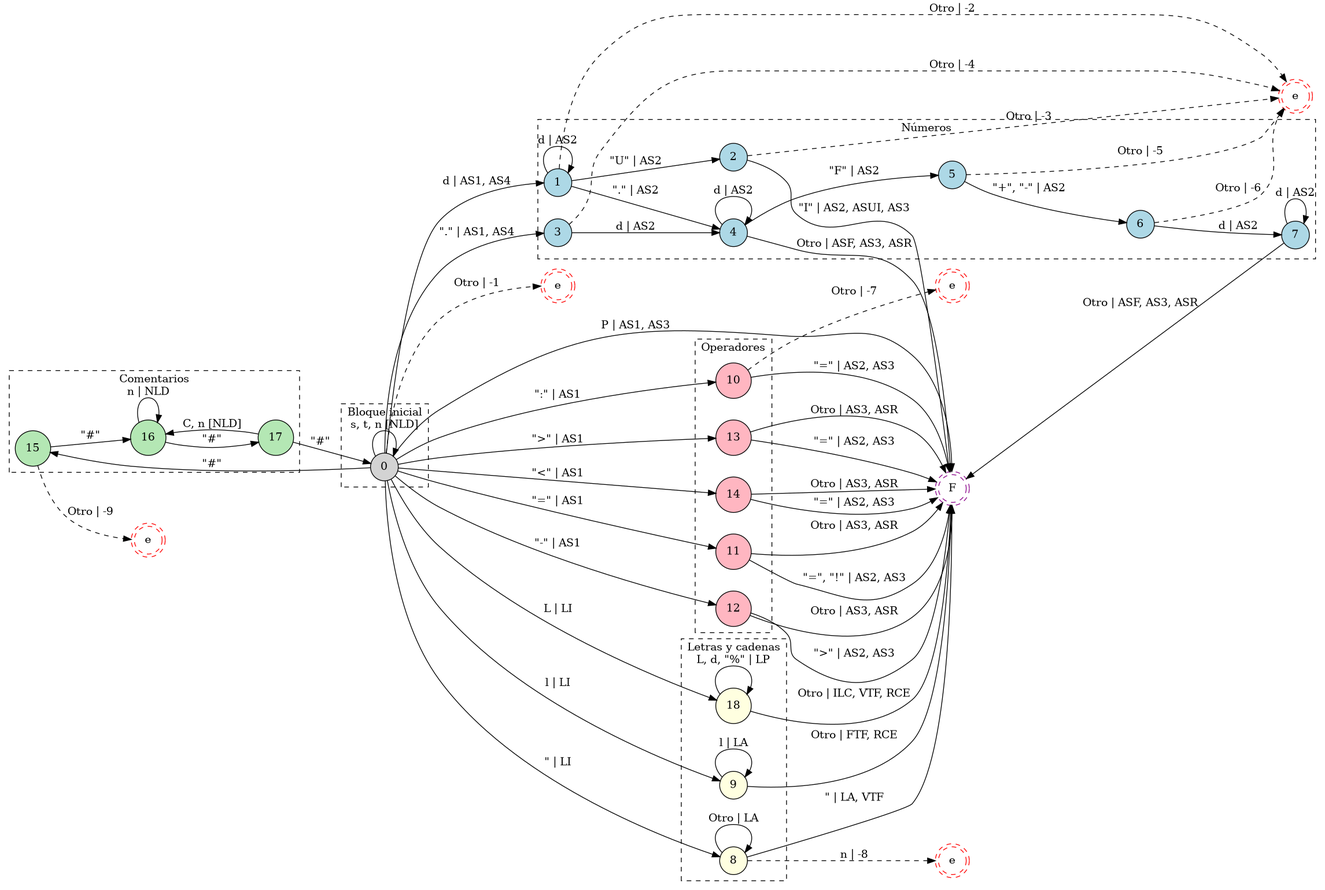
This is resources/diagrams/finiteAutomatom.png from iroumec/RouVel-Compiler, a Graphviz export, as it was before one commit. Its source is kept beside it as resources/diagrams/finiteAutomatom.dot.
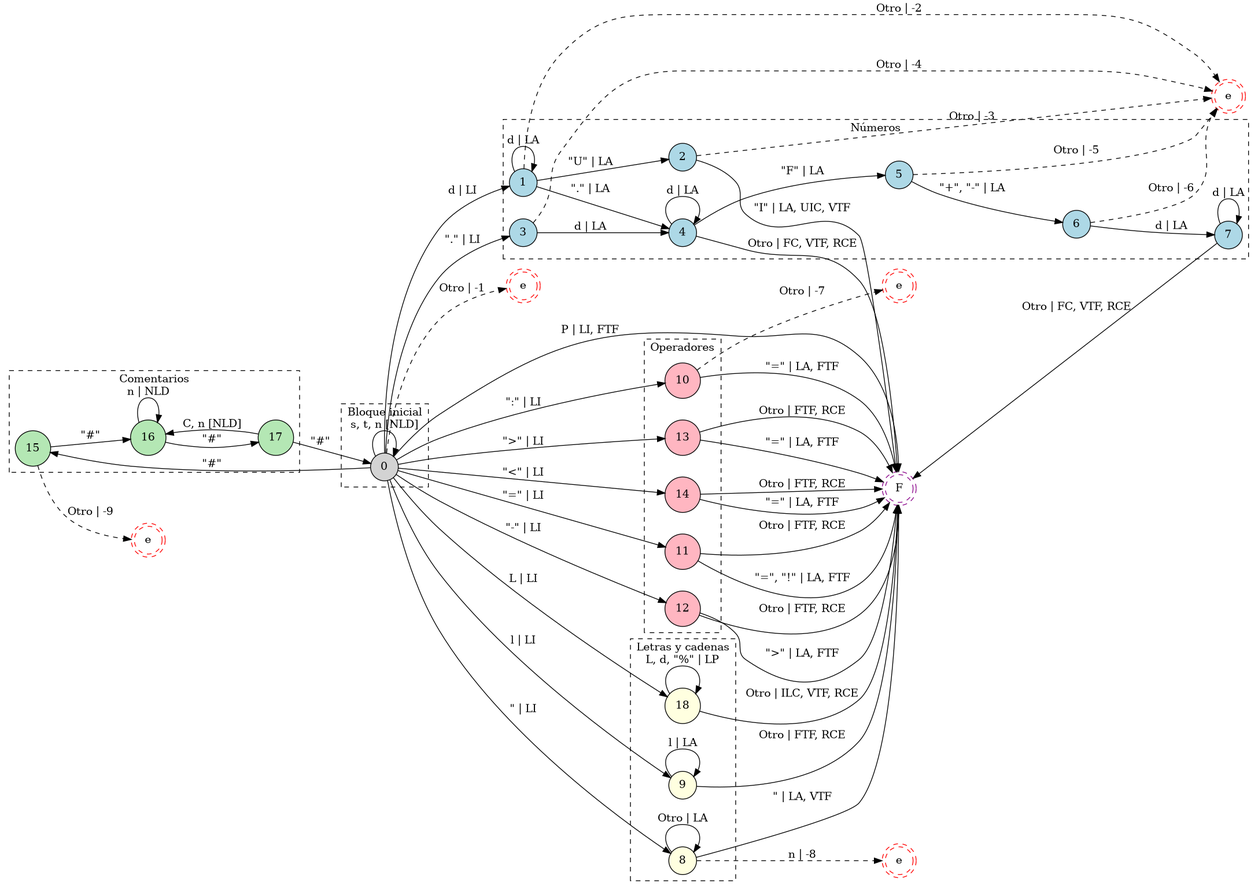
After the change.

What changed in the source:
```diff
@@ -66,51 +66,51 @@
     }
 
     0 -> 0 [label = "s, t, n [NLD]";];
-    0 -> 10 [label = "\":\" | AS1";];
-    0 -> 11 [label = "\"=\" | AS1";];
-    0 -> 12 [label = "\"-\" | AS1";];
-    0 -> 13 [label = "\">\" | AS1";];
-    0 -> 14 [label = "\"<\" | AS1";];
+    0 -> 10 [label = "\":\" | LI";];
+    0 -> 11 [label = "\"=\" | LI";];
+    0 -> 12 [label = "\"-\" | LI";];
+    0 -> 13 [label = "\">\" | LI";];
+    0 -> 14 [label = "\"<\" | LI";];
     0 -> 15 [label = "\"#\"";];
     0 -> 18 [label = "L | LI";];
-    0 -> 1 [label = "d | AS1, AS4";];
-    0 -> 3 [label = "\".\" | AS1, AS4";];
+    0 -> 1 [label = "d | LI";];
+    0 -> 3 [label = "\".\" | LI";];
     0 -> 8 [label = "\" | LI";];
     0 -> 9 [label = "l | LI";];
     0 -> eG [label = "Otro | -1"; style = dashed;];
-    0 -> F [label = "P | AS1, AS3";];
-    1 -> 1 [label = "d | AS2";];
-    1 -> 2 [label = "\"U\" | AS2";];
-    1 -> 4 [label = "\".\" | AS2";];
+    0 -> F [label = "P | LI, FTF";];
+    1 -> 1 [label = "d | LA";];
+    1 -> 2 [label = "\"U\" | LA";];
+    1 -> 4 [label = "\".\" | LA";];
     1 -> eN [label = "Otro | -2"; style = dashed;];
     2 -> eN [label = "Otro | -3"; style = dashed;];
-    2 -> F [label = "\"I\" | AS2, ASUI, AS3";];
-    3 -> 4 [label = "d | AS2";];
+    2 -> F [label = "\"I\" | LA, UIC, VTF";];
+    3 -> 4 [label = "d | LA";];
     3 -> eN [label = "Otro | -4"; style = dashed;];
-    4 -> 4 [label = "d | AS2";];
-    4 -> 5 [label = "\"F\" | AS2";];
-    4 -> F [label = "Otro | ASF, AS3, ASR";];
-    5 -> 6 [label = "\"+\", \"-\" | AS2";];
+    4 -> 4 [label = "d | LA";];
+    4 -> 5 [label = "\"F\" | LA";];
+    4 -> F [label = "Otro | FC, VTF, RCE";];
+    5 -> 6 [label = "\"+\", \"-\" | LA";];
     5 -> eN [label = "Otro | -5"; style = dashed;];
-    6 -> 7 [label = "d | AS2";];
+    6 -> 7 [label = "d | LA";];
     6 -> eN [label = "Otro | -6"; style = dashed;];
-    7 -> 7 [label = "d | AS2";];
-    7 -> F [label = "Otro | ASF, AS3, ASR";];
+    7 -> 7 [label = "d | LA";];
+    7 -> F [label = "Otro | FC, VTF, RCE";];
     8 -> 8 [label = "Otro | LA";];
     8 -> eS [label = "n | -8"; style = dashed;];
     8 -> F [label = "\" | LA, VTF";];
     9 -> 9 [label = "l | LA";];
     9 -> F [label = "Otro | FTF, RCE";];
     10 -> eP [label = "Otro | -7"; style = dashed;];
-    10 -> F [label = "\"=\" | AS2, AS3";];
-    11 -> F [label = "\"=\", \"!\" | AS2, AS3";];
-    11 -> F [label = "Otro | AS3, ASR";];
-    12 -> F [label = "\">\" | AS2, AS3";];
-    12 -> F [label = "Otro | AS3, ASR";];
-    13 -> F [label = "\"=\" | AS2, AS3";];
-    13 -> F [label = "Otro | AS3, ASR";];
-    14 -> F [label = "\"=\" | AS2, AS3";];
-    14 -> F [label = "Otro | AS3, ASR";];
+    10 -> F [label = "\"=\" | LA, FTF";];
+    11 -> F [label = "\"=\", \"!\" | LA, FTF";];
+    11 -> F [label = "Otro | FTF, RCE";];
+    12 -> F [label = "\">\" | LA, FTF";];
+    12 -> F [label = "Otro | FTF, RCE";];
+    13 -> F [label = "\"=\" | LA, FTF";];
+    13 -> F [label = "Otro | FTF, RCE";];
+    14 -> F [label = "\"=\" | LA, FTF";];
+    14 -> F [label = "Otro | FTF, RCE";];
     15 -> 16 [label = "\"#\"";];
     15 -> eC [label = "Otro | -9"; style = dashed;];
     16 -> 16 [label = "n | NLD";];
```
